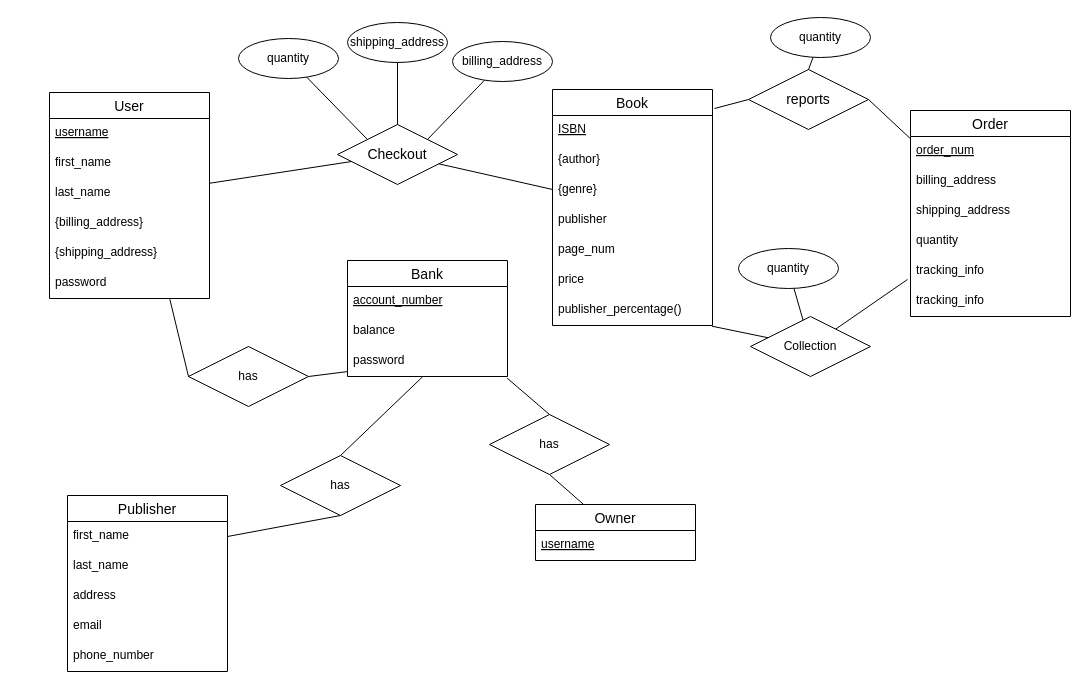
Earlier version of the draw.io diagram Diagrams/2.2. Reduction to Relation Schemas.drawio (MiniEinsteinD/BookStore). Source tidied: cells renumbered, new cells numbered last; positions are measured from the earlier drawing's top-left corner, leaving out a move shared by most shapes. Both pictures are drawn from the tidied source at 100%, with x=0, y=0 at pixel (49, 17).
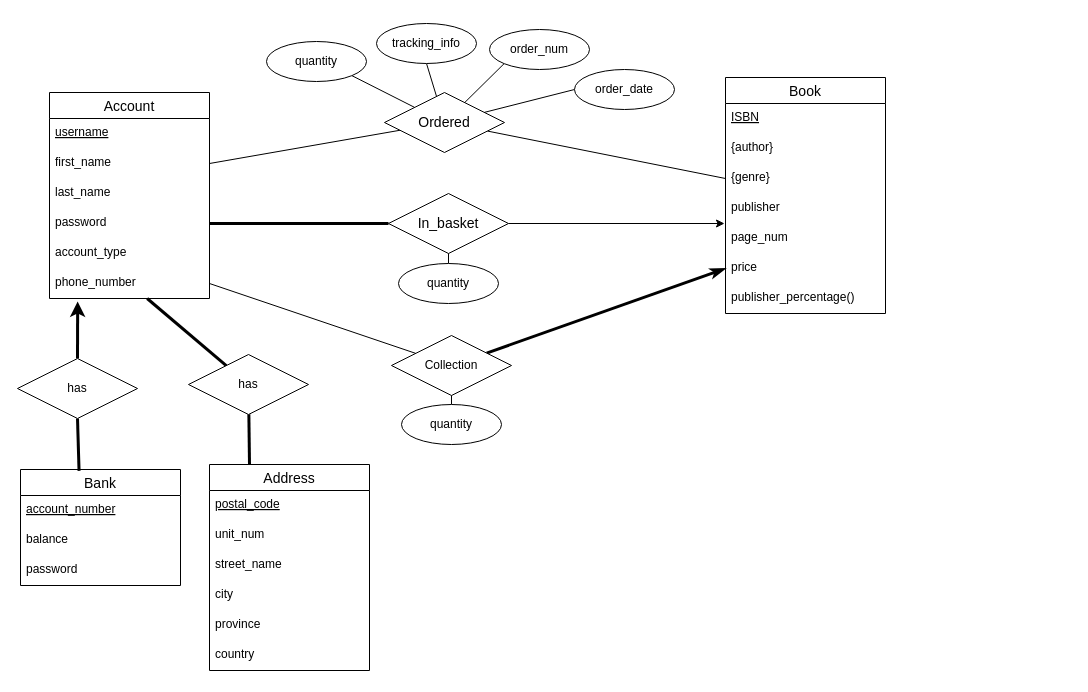
The same page after the edit.

The change refers to these unchanged cells:
```xml
<mxCell id="5" value="first_name        " style="text;strokeColor=none;fillColor=none;spacingLeft=4;spacingRight=4;overflow=hidden;points=[[0,0.5],[1,0.5]];portConstraint=eastwest;fontSize=12;fontColor=default;" parent="3" vertex="1">
  <mxGeometry y="56" width="160" height="30" as="geometry" />
</mxCell>
<mxCell id="14" value="{genre}" style="text;strokeColor=none;fillColor=none;spacingLeft=4;spacingRight=4;overflow=hidden;points=[[0,0.5],[1,0.5]];portConstraint=eastwest;fontSize=12;fontColor=default;" parent="11" vertex="1">
  <mxGeometry y="86" width="160" height="30" as="geometry" />
</mxCell>
<mxCell id="17" value="price" style="text;strokeColor=none;fillColor=none;spacingLeft=4;spacingRight=4;overflow=hidden;points=[[0,0.5],[1,0.5]];portConstraint=eastwest;fontSize=12;fontColor=default;" parent="11" vertex="1">
  <mxGeometry y="176" width="160" height="30" as="geometry" />
</mxCell>
<mxCell id="18" value="publisher_percentage()" style="text;strokeColor=none;fillColor=none;spacingLeft=4;spacingRight=4;overflow=hidden;points=[[0,0.5],[1,0.5]];portConstraint=eastwest;fontSize=12;fontColor=default;" parent="11" vertex="1">
  <mxGeometry y="206" width="160" height="30" as="geometry" />
</mxCell>
<mxCell id="43" value="password" style="text;strokeColor=none;fillColor=none;spacingLeft=4;spacingRight=4;overflow=hidden;points=[[0,0.5],[1,0.5]];portConstraint=eastwest;fontSize=12;fontColor=default;" parent="40" vertex="1">
  <mxGeometry y="86" width="160" height="30" as="geometry" />
</mxCell>
```

The edit, as a diff of the source:
```diff
@@
-    <mxCell id="2" style="edgeStyle=none;html=1;fontColor=default;endArrow=none;endFill=0;" parent="1" edge="1" source="3" target="19">
-      <mxGeometry relative="1" as="geometry" />
-    </mxCell>
-    <mxCell id="3" value="User" style="swimlane;fontStyle=0;horizontal=1;startSize=26;align=center;fontSize=14;fontColor=default;" parent="1" vertex="1">
+    <mxCell id="3" value="Account" style="swimlane;fontStyle=0;horizontal=1;startSize=26;align=center;fontSize=14;fontColor=default;" parent="1" vertex="1">
       <mxGeometry y="75" width="160" height="206" as="geometry" />
     </mxCell>
@@
-    <mxCell id="7" value="{billing_address}" style="text;strokeColor=none;fillColor=none;spacingLeft=4;spacingRight=4;overflow=hidden;fontSize=12;fontColor=default;" parent="3" vertex="1">
-      <mxGeometry y="116" width="160" height="30" as="geometry" />
-    </mxCell>
-    <mxCell id="8" value="{shipping_address}" style="text;strokeColor=none;fillColor=none;spacingLeft=4;spacingRight=4;overflow=hidden;fontSize=12;fontColor=default;" parent="3" vertex="1">
-      <mxGeometry y="146" width="160" height="30" as="geometry" />
-    </mxCell>
     <mxCell id="9" value="password" style="text;strokeColor=none;fillColor=none;spacingLeft=4;spacingRight=4;overflow=hidden;points=[[0,0.5],[1,0.5]];portConstraint=eastwest;fontSize=12;fontColor=default;" parent="3" vertex="1">
-      <mxGeometry y="176" width="160" height="30" as="geometry" />
+      <mxGeometry y="116" width="160" height="30" as="geometry" />
     </mxCell>
-    <mxCell id="10" style="edgeStyle=none;html=1;fontColor=default;endArrow=none;endFill=0;" parent="1" edge="1" source="11" target="19">
-      <mxGeometry relative="1" as="geometry" />
-    </mxCell>
+    <mxCell id="64" value="account_type" style="text;strokeColor=none;fillColor=none;spacingLeft=4;spacingRight=4;overflow=hidden;fontSize=12;fontColor=default;" parent="3" vertex="1">
+      <mxGeometry y="146" width="160" height="30" as="geometry" />
+    </mxCell>
+    <mxCell id="49" value="phone_number" style="text;strokeColor=none;fillColor=none;spacingLeft=4;spacingRight=4;overflow=hidden;points=[[0,0.5],[1,0.5]];portConstraint=eastwest;fontSize=12;fontColor=default;" parent="3" vertex="1">
+      <mxGeometry y="176" width="160" height="30" as="geometry" />
+    </mxCell>
     <mxCell id="11" value="Book" style="swimlane;fontStyle=0;horizontal=1;startSize=26;align=center;fontSize=14;fontColor=default;" parent="1" vertex="1">
-      <mxGeometry x="503" y="72" width="160" height="236" as="geometry" />
+      <mxGeometry x="676" y="60" width="160" height="236" as="geometry" />
     </mxCell>
@@
-    <mxCell id="19" value="&lt;span style=&quot;font-size: 14px&quot;&gt;Checkout&lt;/span&gt;" style="shape=rhombus;perimeter=rhombusPerimeter;whiteSpace=wrap;html=1;align=center;fontColor=default;" parent="1" vertex="1">
-      <mxGeometry x="288" y="107" width="120" height="60" as="geometry" />
-    </mxCell>
-    <mxCell id="20" style="edgeStyle=none;html=1;entryX=1;entryY=0;entryDx=0;entryDy=0;fontColor=default;endArrow=none;endFill=0;" parent="1" edge="1" source="21" target="19">
-      <mxGeometry relative="1" as="geometry" />
-    </mxCell>
-    <mxCell id="21" value="&lt;span style=&quot;text-align: left&quot;&gt;billing_address&lt;/span&gt;" style="ellipse;whiteSpace=wrap;html=1;align=center;fontColor=default;" parent="1" vertex="1">
-      <mxGeometry x="403" y="24" width="100" height="40" as="geometry" />
-    </mxCell>
-    <mxCell id="22" style="edgeStyle=none;html=1;entryX=0.5;entryY=0;entryDx=0;entryDy=0;fontColor=default;endArrow=none;endFill=0;" parent="1" edge="1" source="23" target="19">
-      <mxGeometry relative="1" as="geometry" />
-    </mxCell>
-    <mxCell id="23" value="&lt;span style=&quot;text-align: left&quot;&gt;shipping_address&lt;/span&gt;" style="ellipse;whiteSpace=wrap;html=1;align=center;fontColor=default;" parent="1" vertex="1">
-      <mxGeometry x="298" y="5" width="100" height="40" as="geometry" />
-    </mxCell>
-    <mxCell id="24" style="edgeStyle=none;html=1;entryX=0;entryY=0;entryDx=0;entryDy=0;fontColor=default;endArrow=none;endFill=0;" parent="1" edge="1" source="25" target="19">
-      <mxGeometry relative="1" as="geometry" />
-    </mxCell>
-    <mxCell id="25" value="&lt;span style=&quot;text-align: left&quot;&gt;quantity&lt;/span&gt;" style="ellipse;whiteSpace=wrap;html=1;align=center;fontColor=default;" parent="1" vertex="1">
-      <mxGeometry x="189" y="21" width="100" height="40" as="geometry" />
-    </mxCell>
-    <mxCell id="26" style="edgeStyle=none;html=1;fontColor=default;endArrow=none;endFill=0;entryX=-0.019;entryY=0.767;entryDx=0;entryDy=0;entryPerimeter=0;" parent="1" edge="1" source="28" target="36">
-      <mxGeometry relative="1" as="geometry" />
-    </mxCell>
-    <mxCell id="27" style="edgeStyle=none;html=1;entryX=0.996;entryY=1.022;entryDx=0;entryDy=0;entryPerimeter=0;fontColor=default;endArrow=none;endFill=0;" parent="1" edge="1" source="28" target="18">
-      <mxGeometry relative="1" as="geometry" />
-    </mxCell>
+    <mxCell id="65" style="edgeStyle=none;html=1;entryX=1;entryY=0.5;entryDx=0;entryDy=0;endArrow=none;endFill=0;" parent="1" edge="1" source="28" target="49">
+      <mxGeometry relative="1" as="geometry" />
+    </mxCell>
+    <mxCell id="66" style="edgeStyle=none;html=1;entryX=0;entryY=0.5;entryDx=0;entryDy=0;endArrow=classicThin;endFill=1;strokeWidth=3;" parent="1" edge="1" source="28" target="17">
+      <mxGeometry relative="1" as="geometry" />
+    </mxCell>
     <mxCell id="28" value="Collection" style="shape=rhombus;perimeter=rhombusPerimeter;whiteSpace=wrap;html=1;align=center;fontColor=default;" parent="1" vertex="1">
-      <mxGeometry x="701" y="299" width="120" height="60" as="geometry" />
+      <mxGeometry x="342" y="318" width="120" height="60" as="geometry" />
     </mxCell>
-    <mxCell id="29" style="edgeStyle=none;html=1;fontColor=default;endArrow=none;endFill=0;" parent="1" edge="1" source="30" target="28">
+    <mxCell id="29" style="edgeStyle=none;html=1;entryX=0.5;entryY=1;entryDx=0;entryDy=0;endArrow=none;endFill=0;" parent="1" edge="1" source="30" target="28">
       <mxGeometry relative="1" as="geometry" />
     </mxCell>
     <mxCell id="30" value="&lt;span style=&quot;text-align: left&quot;&gt;quantity&lt;/span&gt;" style="ellipse;whiteSpace=wrap;html=1;align=center;fontColor=default;" parent="1" vertex="1">
-      <mxGeometry x="689" y="231" width="100" height="40" as="geometry" />
+      <mxGeometry x="352" y="387" width="100" height="40" as="geometry" />
     </mxCell>
-    <mxCell id="31" value="Order" style="swimlane;fontStyle=0;horizontal=1;startSize=26;align=center;fontSize=14;fontColor=default;" parent="1" vertex="1">
-      <mxGeometry x="861" y="93" width="160" height="206" as="geometry" />
-    </mxCell>
-    <mxCell id="32" value="order_num" style="text;strokeColor=none;fillColor=none;spacingLeft=4;spacingRight=4;overflow=hidden;points=[[0,0.5],[1,0.5]];portConstraint=eastwest;fontSize=12;fontColor=default;fontStyle=4;" parent="31" vertex="1">
-      <mxGeometry y="26" width="160" height="30" as="geometry" />
-    </mxCell>
-    <mxCell id="33" value="billing_address" style="text;strokeColor=none;fillColor=none;spacingLeft=4;spacingRight=4;overflow=hidden;fontSize=12;fontColor=default;" parent="31" vertex="1">
-      <mxGeometry y="56" width="160" height="30" as="geometry" />
-    </mxCell>
-    <mxCell id="34" value="shipping_address" style="text;strokeColor=none;fillColor=none;spacingLeft=4;spacingRight=4;overflow=hidden;fontSize=12;fontColor=default;" parent="31" vertex="1">
-      <mxGeometry y="86" width="160" height="30" as="geometry" />
-    </mxCell>
-    <mxCell id="35" value="quantity" style="text;strokeColor=none;fillColor=none;spacingLeft=4;spacingRight=4;overflow=hidden;fontSize=12;fontColor=default;" parent="31" vertex="1">
-      <mxGeometry y="116" width="160" height="30" as="geometry" />
-    </mxCell>
-    <mxCell id="36" value="tracking_info" style="text;strokeColor=none;fillColor=none;spacingLeft=4;spacingRight=4;overflow=hidden;points=[[0,0.5],[1,0.5]];portConstraint=eastwest;fontSize=12;fontColor=default;" parent="31" vertex="1">
-      <mxGeometry y="146" width="160" height="30" as="geometry" />
-    </mxCell>
-    <mxCell id="37" value="tracking_info" style="text;strokeColor=none;fillColor=none;spacingLeft=4;spacingRight=4;overflow=hidden;fontSize=12;fontColor=default;" parent="31" vertex="1">
-      <mxGeometry y="176" width="160" height="30" as="geometry" />
-    </mxCell>
-    <mxCell id="38" value="Owner" style="swimlane;fontStyle=0;horizontal=1;startSize=26;align=center;fontSize=14;fontColor=default;" parent="1" vertex="1">
-      <mxGeometry x="486" y="487" width="160" height="56" as="geometry" />
-    </mxCell>
-    <mxCell id="39" value="username" style="text;strokeColor=none;fillColor=none;spacingLeft=4;spacingRight=4;overflow=hidden;fontSize=12;fontColor=default;fontStyle=4;" parent="38" vertex="1">
-      <mxGeometry y="26" width="160" height="30" as="geometry" />
-    </mxCell>
     <mxCell id="40" value="Bank" style="swimlane;fontStyle=0;horizontal=1;startSize=26;align=center;fontSize=14;fontColor=default;" parent="1" vertex="1">
-      <mxGeometry x="298" y="243" width="160" height="116" as="geometry" />
+      <mxGeometry x="-29" y="452" width="160" height="116" as="geometry" />
     </mxCell>
@@
-    <mxCell id="44" value="Publisher" style="swimlane;fontStyle=0;horizontal=1;startSize=26;align=center;fontSize=14;fontColor=default;" parent="1" vertex="1">
-      <mxGeometry x="18" y="478" width="160" height="176" as="geometry" />
-    </mxCell>
-    <mxCell id="45" value="first_name        " style="text;strokeColor=none;fillColor=none;spacingLeft=4;spacingRight=4;overflow=hidden;points=[[0,0.5],[1,0.5]];portConstraint=eastwest;fontSize=12;fontColor=default;" parent="44" vertex="1">
-      <mxGeometry y="26" width="160" height="30" as="geometry" />
-    </mxCell>
-    <mxCell id="46" value="last_name" style="text;strokeColor=none;fillColor=none;spacingLeft=4;spacingRight=4;overflow=hidden;fontSize=12;fontColor=default;" parent="44" vertex="1">
-      <mxGeometry y="56" width="160" height="30" as="geometry" />
-    </mxCell>
-    <mxCell id="47" value="address" style="text;strokeColor=none;fillColor=none;spacingLeft=4;spacingRight=4;overflow=hidden;fontSize=12;fontColor=default;" parent="44" vertex="1">
-      <mxGeometry y="86" width="160" height="30" as="geometry" />
-    </mxCell>
-    <mxCell id="48" value="email" style="text;strokeColor=none;fillColor=none;spacingLeft=4;spacingRight=4;overflow=hidden;fontSize=12;fontColor=default;" parent="44" vertex="1">
-      <mxGeometry y="116" width="160" height="30" as="geometry" />
-    </mxCell>
-    <mxCell id="49" value="phone_number" style="text;strokeColor=none;fillColor=none;spacingLeft=4;spacingRight=4;overflow=hidden;points=[[0,0.5],[1,0.5]];portConstraint=eastwest;fontSize=12;fontColor=default;" parent="44" vertex="1">
-      <mxGeometry y="146" width="160" height="30" as="geometry" />
-    </mxCell>
-    <mxCell id="50" style="edgeStyle=none;html=1;entryX=0.469;entryY=1.011;entryDx=0;entryDy=0;entryPerimeter=0;fontColor=default;endArrow=none;endFill=0;exitX=0.5;exitY=0;exitDx=0;exitDy=0;" parent="1" edge="1" source="52" target="43">
-      <mxGeometry relative="1" as="geometry" />
-    </mxCell>
-    <mxCell id="51" style="edgeStyle=none;html=1;entryX=1;entryY=0.5;entryDx=0;entryDy=0;fontColor=default;endArrow=none;endFill=0;exitX=0.5;exitY=1;exitDx=0;exitDy=0;" parent="1" edge="1" source="52" target="45">
-      <mxGeometry relative="1" as="geometry" />
-    </mxCell>
-    <mxCell id="52" value="has" style="shape=rhombus;perimeter=rhombusPerimeter;whiteSpace=wrap;html=1;align=center;fontColor=default;" parent="1" vertex="1">
-      <mxGeometry x="231" y="438" width="120" height="60" as="geometry" />
-    </mxCell>
-    <mxCell id="53" style="edgeStyle=none;html=1;exitX=1;exitY=0.5;exitDx=0;exitDy=0;fontColor=default;endArrow=none;endFill=0;" parent="1" edge="1" source="55" target="31">
-      <mxGeometry relative="1" as="geometry" />
-    </mxCell>
-    <mxCell id="54" style="edgeStyle=none;html=1;exitX=0;exitY=0.5;exitDx=0;exitDy=0;fontColor=default;endArrow=none;endFill=0;" parent="1" edge="1" source="55">
-      <mxGeometry relative="1" as="geometry">
-        <mxPoint x="665" y="91" as="targetPoint" />
-      </mxGeometry>
-    </mxCell>
-    <mxCell id="55" value="&lt;span style=&quot;font-size: 14px&quot;&gt;reports&lt;/span&gt;" style="shape=rhombus;perimeter=rhombusPerimeter;whiteSpace=wrap;html=1;align=center;fontColor=default;" parent="1" vertex="1">
-      <mxGeometry x="699" y="52" width="120" height="60" as="geometry" />
-    </mxCell>
-    <mxCell id="56" style="edgeStyle=none;html=1;entryX=0.5;entryY=0;entryDx=0;entryDy=0;fontColor=default;endArrow=none;endFill=0;" parent="1" edge="1" source="57" target="55">
-      <mxGeometry relative="1" as="geometry" />
-    </mxCell>
-    <mxCell id="57" value="&lt;span style=&quot;text-align: left&quot;&gt;quantity&lt;/span&gt;" style="ellipse;whiteSpace=wrap;html=1;align=center;fontColor=default;" parent="1" vertex="1">
-      <mxGeometry x="721" width="100" height="40" as="geometry" />
-    </mxCell>
-    <mxCell id="58" style="edgeStyle=none;html=1;entryX=0.998;entryY=1.056;entryDx=0;entryDy=0;entryPerimeter=0;fontColor=default;endArrow=none;endFill=0;exitX=0.5;exitY=0;exitDx=0;exitDy=0;" parent="1" edge="1" source="60" target="43">
-      <mxGeometry relative="1" as="geometry" />
-    </mxCell>
-    <mxCell id="59" style="edgeStyle=none;html=1;exitX=0.5;exitY=1;exitDx=0;exitDy=0;fontColor=default;endArrow=none;endFill=0;" parent="1" edge="1" source="60" target="38">
-      <mxGeometry relative="1" as="geometry" />
-    </mxCell>
-    <mxCell id="60" value="has" style="shape=rhombus;perimeter=rhombusPerimeter;whiteSpace=wrap;html=1;align=center;fontColor=default;" parent="1" vertex="1">
-      <mxGeometry x="440" y="397" width="120" height="60" as="geometry" />
-    </mxCell>
-    <mxCell id="61" style="edgeStyle=none;html=1;entryX=0.752;entryY=1.022;entryDx=0;entryDy=0;entryPerimeter=0;fontColor=default;endArrow=none;endFill=0;exitX=0;exitY=0.5;exitDx=0;exitDy=0;" parent="1" edge="1" source="63" target="9">
-      <mxGeometry relative="1" as="geometry" />
-    </mxCell>
-    <mxCell id="62" style="edgeStyle=none;html=1;fontColor=default;endArrow=none;endFill=0;exitX=1;exitY=0.5;exitDx=0;exitDy=0;" parent="1" edge="1" source="63" target="43">
+    <mxCell id="62" style="html=1;fontColor=default;endArrow=none;endFill=0;exitX=0.5;exitY=1;exitDx=0;exitDy=0;strokeWidth=3;entryX=0.366;entryY=0.012;entryDx=0;entryDy=0;entryPerimeter=0;" parent="1" edge="1" source="63" target="40">
       <mxGeometry relative="1" as="geometry" />
     </mxCell>
+    <mxCell id="67" style="edgeStyle=none;html=1;exitX=0.5;exitY=0;exitDx=0;exitDy=0;entryX=0.176;entryY=1.1;entryDx=0;entryDy=0;entryPerimeter=0;endArrow=classic;endFill=1;strokeWidth=3;" parent="1" edge="1" source="63" target="49">
+      <mxGeometry relative="1" as="geometry" />
+    </mxCell>
     <mxCell id="63" value="has" style="shape=rhombus;perimeter=rhombusPerimeter;whiteSpace=wrap;html=1;align=center;fontColor=default;" parent="1" vertex="1">
-      <mxGeometry x="139" y="329" width="120" height="60" as="geometry" />
+      <mxGeometry x="-32" y="341" width="120" height="60" as="geometry" />
     </mxCell>
+    <mxCell id="68" value="Address" style="swimlane;fontStyle=0;horizontal=1;startSize=26;align=center;fontSize=14;" parent="1" vertex="1">
+      <mxGeometry x="160" y="447" width="160" height="206" as="geometry" />
+    </mxCell>
+    <mxCell id="69" value="postal_code" style="text;strokeColor=none;fillColor=none;spacingLeft=4;spacingRight=4;overflow=hidden;fontSize=12;fontStyle=4;" parent="68" vertex="1">
+      <mxGeometry y="26" width="160" height="30" as="geometry" />
+    </mxCell>
+    <mxCell id="70" value="unit_num" style="text;strokeColor=none;fillColor=none;spacingLeft=4;spacingRight=4;overflow=hidden;fontSize=12;" parent="68" vertex="1">
+      <mxGeometry y="56" width="160" height="30" as="geometry" />
+    </mxCell>
+    <mxCell id="71" value="street_name" style="text;strokeColor=none;fillColor=none;spacingLeft=4;spacingRight=4;overflow=hidden;fontSize=12;" parent="68" vertex="1">
+      <mxGeometry y="86" width="160" height="30" as="geometry" />
+    </mxCell>
+    <mxCell id="72" value="city" style="text;strokeColor=none;fillColor=none;spacingLeft=4;spacingRight=4;overflow=hidden;fontSize=12;" parent="68" vertex="1">
+      <mxGeometry y="116" width="160" height="30" as="geometry" />
+    </mxCell>
+    <mxCell id="73" value="province" style="text;strokeColor=none;fillColor=none;spacingLeft=4;spacingRight=4;overflow=hidden;fontSize=12;" parent="68" vertex="1">
+      <mxGeometry y="146" width="160" height="30" as="geometry" />
+    </mxCell>
+    <mxCell id="74" value="country" style="text;strokeColor=none;fillColor=none;spacingLeft=4;spacingRight=4;overflow=hidden;fontSize=12;" parent="68" vertex="1">
+      <mxGeometry y="176" width="160" height="30" as="geometry" />
+    </mxCell>
+    <mxCell id="75" style="edgeStyle=none;html=1;entryX=0.25;entryY=0;entryDx=0;entryDy=0;endArrow=none;endFill=0;strokeWidth=3;" parent="1" edge="1" source="77" target="68">
+      <mxGeometry relative="1" as="geometry" />
+    </mxCell>
+    <mxCell id="76" style="edgeStyle=none;html=1;endArrow=none;endFill=0;strokeWidth=3;" parent="1" edge="1" source="77" target="49">
+      <mxGeometry relative="1" as="geometry" />
+    </mxCell>
+    <mxCell id="77" value="has" style="shape=rhombus;perimeter=rhombusPerimeter;whiteSpace=wrap;html=1;align=center;fontColor=default;" parent="1" vertex="1">
+      <mxGeometry x="139" y="337" width="120" height="60" as="geometry" />
+    </mxCell>
+    <mxCell id="78" style="edgeStyle=none;html=1;entryX=0;entryY=0.5;entryDx=0;entryDy=0;endArrow=none;endFill=0;" parent="1" edge="1" source="84" target="90">
+      <mxGeometry relative="1" as="geometry" />
+    </mxCell>
+    <mxCell id="79" style="edgeStyle=none;html=1;entryX=0;entryY=1;entryDx=0;entryDy=0;endArrow=none;endFill=0;" parent="1" edge="1" source="84" target="32">
+      <mxGeometry relative="1" as="geometry" />
+    </mxCell>
+    <mxCell id="80" style="edgeStyle=none;html=1;entryX=0.5;entryY=1;entryDx=0;entryDy=0;endArrow=none;endFill=0;" parent="1" edge="1" source="84" target="91">
+      <mxGeometry relative="1" as="geometry" />
+    </mxCell>
+    <mxCell id="81" style="edgeStyle=none;html=1;entryX=1;entryY=1;entryDx=0;entryDy=0;endArrow=none;endFill=0;" parent="1" edge="1" source="84" target="92">
+      <mxGeometry relative="1" as="geometry" />
+    </mxCell>
+    <mxCell id="82" style="edgeStyle=none;html=1;entryX=1;entryY=0.5;entryDx=0;entryDy=0;endArrow=none;endFill=0;" parent="1" edge="1" source="84" target="5">
+      <mxGeometry relative="1" as="geometry" />
+    </mxCell>
+    <mxCell id="83" style="edgeStyle=none;html=1;entryX=0;entryY=0.5;entryDx=0;entryDy=0;endArrow=none;endFill=0;" parent="1" edge="1" source="84" target="14">
+      <mxGeometry relative="1" as="geometry" />
+    </mxCell>
+    <mxCell id="84" value="&lt;span style=&quot;font-size: 14px&quot;&gt;Ordered&lt;/span&gt;" style="shape=rhombus;perimeter=rhombusPerimeter;whiteSpace=wrap;html=1;align=center;fontColor=default;" parent="1" vertex="1">
+      <mxGeometry x="335" y="75" width="120" height="60" as="geometry" />
+    </mxCell>
+    <mxCell id="85" style="edgeStyle=none;html=1;endArrow=classic;endFill=1;" parent="1" edge="1" source="87">
+      <mxGeometry relative="1" as="geometry">
+        <mxPoint x="675" y="206" as="targetPoint" />
+      </mxGeometry>
+    </mxCell>
+    <mxCell id="86" style="edgeStyle=none;html=1;entryX=1;entryY=0.5;entryDx=0;entryDy=0;endArrow=none;endFill=0;strokeWidth=3;" parent="1" edge="1" source="87" target="9">
+      <mxGeometry relative="1" as="geometry" />
+    </mxCell>
+    <mxCell id="87" value="&lt;span style=&quot;font-size: 14px&quot;&gt;In_basket&lt;/span&gt;" style="shape=rhombus;perimeter=rhombusPerimeter;whiteSpace=wrap;html=1;align=center;fontColor=default;" parent="1" vertex="1">
+      <mxGeometry x="339" y="176" width="120" height="60" as="geometry" />
+    </mxCell>
+    <mxCell id="88" style="edgeStyle=none;html=1;endArrow=none;endFill=0;" parent="1" edge="1" source="89">
+      <mxGeometry relative="1" as="geometry">
+        <mxPoint x="399" y="236" as="targetPoint" />
+      </mxGeometry>
+    </mxCell>
+    <mxCell id="89" value="&lt;span style=&quot;text-align: left&quot;&gt;quantity&lt;/span&gt;" style="ellipse;whiteSpace=wrap;html=1;align=center;fontColor=default;" parent="1" vertex="1">
+      <mxGeometry x="349" y="246" width="100" height="40" as="geometry" />
+    </mxCell>
+    <mxCell id="90" value="&lt;span style=&quot;text-align: left&quot;&gt;order_date&lt;/span&gt;" style="ellipse;whiteSpace=wrap;html=1;align=center;fontColor=default;" parent="1" vertex="1">
+      <mxGeometry x="525" y="52" width="100" height="40" as="geometry" />
+    </mxCell>
+    <mxCell id="91" value="&lt;span style=&quot;text-align: left&quot;&gt;tracking_info&lt;/span&gt;" style="ellipse;whiteSpace=wrap;html=1;align=center;fontColor=default;" parent="1" vertex="1">
+      <mxGeometry x="327" y="6" width="100" height="40" as="geometry" />
+    </mxCell>
+    <mxCell id="92" value="&lt;span style=&quot;text-align: left&quot;&gt;quantity&lt;/span&gt;" style="ellipse;whiteSpace=wrap;html=1;align=center;fontColor=default;" parent="1" vertex="1">
+      <mxGeometry x="217" y="24" width="100" height="40" as="geometry" />
+    </mxCell>
+    <mxCell id="32" value="&lt;span style=&quot;text-align: left&quot;&gt;order_num&lt;/span&gt;" style="ellipse;whiteSpace=wrap;html=1;align=center;fontColor=default;" parent="1" vertex="1">
+      <mxGeometry x="440" y="12" width="100" height="40" as="geometry" />
+    </mxCell>
```
